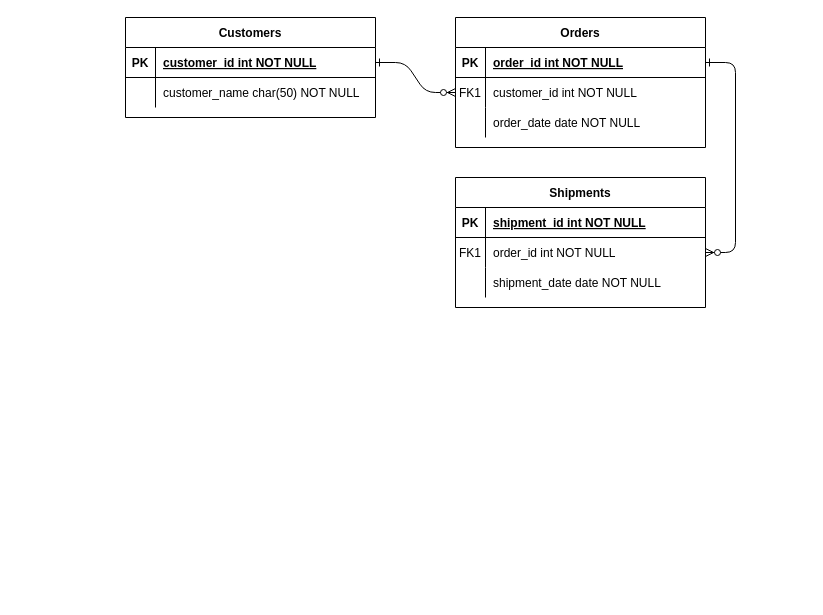
700xt/BDD_TP6 keeps this draw.io diagram as Diagramme entité.drawio. Above is the earlier version. Source tidied: cells renumbered, new cells numbered last; positions are measured from the earlier drawing's top-left corner, leaving out a move shared by most shapes. Both pictures are drawn from the tidied source at 100%, with x=0, y=0 at pixel (125, 17).
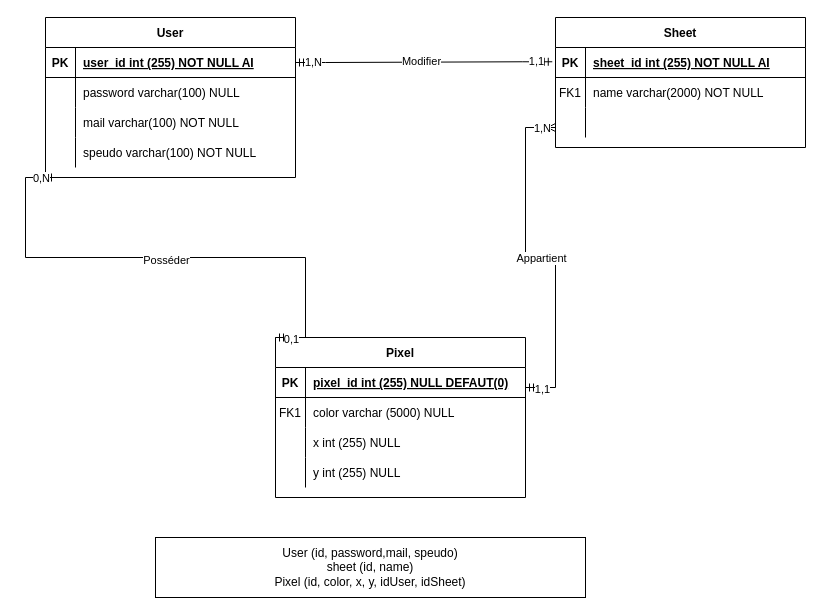
The same page after the edit.

Commit message:
Mettre à jour Diagramme entité.drawio

Unchanged cells that the change refers to:
```xml
<mxCell id="5" style="shape=partialRectangle;fillColor=none;points=[[0,0.5],[1,0.5]];portConstraint=eastwest;top=0;left=0;right=0;bottom=1;" parent="4" vertex="1">
  <mxGeometry y="30" width="250" height="30" as="geometry" />
</mxCell>
<mxCell id="8" style="shape=partialRectangle;fillColor=none;points=[[0,0.5],[1,0.5]];portConstraint=eastwest;top=0;left=0;right=0;bottom=0;" parent="4" vertex="1">
  <mxGeometry y="60" width="250" height="30" as="geometry" />
</mxCell>
<mxCell id="11" style="shape=partialRectangle;fillColor=none;top=0;left=0;right=0;bottom=0;" parent="4" vertex="1">
  <mxGeometry y="90" width="250" height="30" as="geometry" />
</mxCell>
<mxCell id="15" style="shape=partialRectangle;fillColor=none;top=0;left=0;right=0;bottom=1;" parent="14" vertex="1">
  <mxGeometry y="30" width="250" height="30" as="geometry" />
</mxCell>
<mxCell id="18" style="shape=partialRectangle;fillColor=none;points=[[0,0.5],[1,0.5]];portConstraint=eastwest;top=0;left=0;right=0;bottom=0;" parent="14" vertex="1">
  <mxGeometry y="60" width="250" height="30" as="geometry" />
</mxCell>
<mxCell id="25" style="shape=partialRectangle;fillColor=none;points=[[0,0.5],[1,0.5]];portConstraint=eastwest;top=0;left=0;right=0;bottom=1;" parent="24" vertex="1">
  <mxGeometry y="30" width="250" height="30" as="geometry" />
</mxCell>
```

What changed in the source:
```diff
@@
-    <mxCell id="2" style="edgeStyle=entityRelationEdgeStyle;endArrow=ERzeroToMany;startArrow=ERone;endFill=1;startFill=0;" parent="1" edge="1" source="25" target="8">
-      <mxGeometry relative="1" as="geometry" />
-    </mxCell>
-    <mxCell id="3" style="edgeStyle=entityRelationEdgeStyle;endArrow=ERzeroToMany;startArrow=ERone;endFill=1;startFill=0;" parent="1" edge="1" source="5" target="18">
-      <mxGeometry relative="1" as="geometry" />
-    </mxCell>
-    <mxCell id="4" value="Orders" style="shape=table;startSize=30;childLayout=tableLayout;rowLines=0;fontStyle=1;align=center;" parent="1" vertex="1">
-      <mxGeometry x="330" width="250" height="130" as="geometry" />
+    <mxCell id="4" value="Sheet" style="shape=table;startSize=30;childLayout=tableLayout;rowLines=0;fontStyle=1;align=center;" parent="1" vertex="1">
+      <mxGeometry x="430" width="250" height="130" as="geometry" />
     </mxCell>
@@
-    <mxCell id="7" value="order_id int NOT NULL " style="shape=partialRectangle;overflow=hidden;fillColor=none;top=0;left=0;bottom=0;right=0;align=left;spacingLeft=6;fontStyle=5;" parent="5" vertex="1">
+    <mxCell id="7" value="sheet_id int (255) NOT NULL AI" style="shape=partialRectangle;overflow=hidden;fillColor=none;top=0;left=0;bottom=0;right=0;align=left;spacingLeft=6;fontStyle=5;" parent="5" vertex="1">
       <mxGeometry x="30" width="220" height="30" as="geometry" />
     </mxCell>
@@
-    <mxCell id="10" value="customer_id int NOT NULL" style="shape=partialRectangle;overflow=hidden;fillColor=none;top=0;left=0;bottom=0;right=0;align=left;spacingLeft=6;" parent="8" vertex="1">
+    <mxCell id="10" value="name varchar(2000) NOT NULL" style="shape=partialRectangle;overflow=hidden;fillColor=none;top=0;left=0;bottom=0;right=0;align=left;spacingLeft=6;" parent="8" vertex="1">
       <mxGeometry x="30" width="220" height="30" as="geometry" />
     </mxCell>
@@
-    <mxCell id="13" value="order_date date NOT NULL" style="shape=partialRectangle;overflow=hidden;fillColor=none;top=0;left=0;bottom=0;right=0;align=left;spacingLeft=6;" parent="11" vertex="1">
+    <mxCell id="13" style="shape=partialRectangle;overflow=hidden;fillColor=none;top=0;left=0;bottom=0;right=0;align=left;spacingLeft=6;" parent="11" vertex="1">
       <mxGeometry x="30" width="220" height="30" as="geometry" />
     </mxCell>
-    <mxCell id="14" value="Shipments" style="shape=table;startSize=30;childLayout=tableLayout;rowLines=0;fontStyle=1;align=center;" parent="1" vertex="1">
-      <mxGeometry x="330" y="160" width="250" height="130" as="geometry" />
+    <mxCell id="14" value="Pixel" style="shape=table;startSize=30;childLayout=tableLayout;rowLines=0;fontStyle=1;align=center;" parent="1" vertex="1">
+      <mxGeometry x="150" y="320" width="250" height="160" as="geometry" />
     </mxCell>
@@
-    <mxCell id="17" value="shipment_id int NOT NULL " style="shape=partialRectangle;overflow=hidden;fillColor=none;top=0;left=0;bottom=0;right=0;align=left;spacingLeft=6;fontStyle=5;" parent="15" vertex="1">
+    <mxCell id="17" value="pixel_id int (255) NULL DEFAUT(0)" style="shape=partialRectangle;overflow=hidden;fillColor=none;top=0;left=0;bottom=0;right=0;align=left;spacingLeft=6;fontStyle=5;" parent="15" vertex="1">
       <mxGeometry x="30" width="220" height="30" as="geometry" />
     </mxCell>
@@
-    <mxCell id="20" value="order_id int NOT NULL" style="shape=partialRectangle;overflow=hidden;fillColor=none;top=0;left=0;bottom=0;right=0;align=left;spacingLeft=6;" parent="18" vertex="1">
+    <mxCell id="20" value="color varchar (5000) NULL" style="shape=partialRectangle;overflow=hidden;fillColor=none;top=0;left=0;bottom=0;right=0;align=left;spacingLeft=6;" parent="18" vertex="1">
       <mxGeometry x="30" width="220" height="30" as="geometry" />
     </mxCell>
+    <mxCell id="31" style="shape=partialRectangle;fillColor=none;top=0;left=0;right=0;bottom=0;" parent="14" vertex="1">
+      <mxGeometry y="90" width="250" height="30" as="geometry" />
+    </mxCell>
+    <mxCell id="32" style="shape=partialRectangle;overflow=hidden;fillColor=none;top=0;left=0;bottom=0;right=0;" parent="31" vertex="1">
+      <mxGeometry width="30" height="30" as="geometry" />
+    </mxCell>
+    <mxCell id="33" value="x int (255) NULL" style="shape=partialRectangle;overflow=hidden;fillColor=none;top=0;left=0;bottom=0;right=0;align=left;spacingLeft=6;" parent="31" vertex="1">
+      <mxGeometry x="30" width="220" height="30" as="geometry" />
+    </mxCell>
     <mxCell id="21" style="shape=partialRectangle;fillColor=none;top=0;left=0;right=0;bottom=0;" parent="14" vertex="1">
-      <mxGeometry y="90" width="250" height="30" as="geometry" />
+      <mxGeometry y="120" width="250" height="30" as="geometry" />
     </mxCell>
@@
-    <mxCell id="23" value="shipment_date date NOT NULL" style="shape=partialRectangle;overflow=hidden;fillColor=none;top=0;left=0;bottom=0;right=0;align=left;spacingLeft=6;" parent="21" vertex="1">
+    <mxCell id="23" value="y int (255) NULL" style="shape=partialRectangle;overflow=hidden;fillColor=none;top=0;left=0;bottom=0;right=0;align=left;spacingLeft=6;" parent="21" vertex="1">
       <mxGeometry x="30" width="220" height="30" as="geometry" />
     </mxCell>
-    <mxCell id="24" value="Customers" style="shape=table;startSize=30;childLayout=tableLayout;rowLines=0;fontStyle=1;align=center;" parent="1" vertex="1">
-      <mxGeometry width="250" height="100" as="geometry" />
+    <mxCell id="24" value="User" style="shape=table;startSize=30;childLayout=tableLayout;rowLines=0;fontStyle=1;align=center;" parent="1" vertex="1">
+      <mxGeometry x="-80" width="250" height="160" as="geometry" />
     </mxCell>
@@
-    <mxCell id="27" value="customer_id int NOT NULL " style="shape=partialRectangle;overflow=hidden;fillColor=none;top=0;left=0;bottom=0;right=0;align=left;spacingLeft=6;fontStyle=5;" parent="25" vertex="1">
+    <mxCell id="27" value="user_id int (255) NOT NULL AI" style="shape=partialRectangle;overflow=hidden;fillColor=none;top=0;left=0;bottom=0;right=0;align=left;spacingLeft=6;fontStyle=5;" parent="25" vertex="1">
       <mxGeometry x="30" width="220" height="30" as="geometry" />
     </mxCell>
+    <mxCell id="34" style="shape=partialRectangle;fillColor=none;top=0;left=0;right=0;bottom=0;" parent="24" vertex="1">
+      <mxGeometry y="60" width="250" height="30" as="geometry" />
+    </mxCell>
+    <mxCell id="35" style="shape=partialRectangle;overflow=hidden;fillColor=none;top=0;left=0;bottom=0;right=0;" parent="34" vertex="1">
+      <mxGeometry width="30" height="30" as="geometry" />
+    </mxCell>
+    <mxCell id="36" value="password varchar(100) NULL" style="shape=partialRectangle;overflow=hidden;fillColor=none;top=0;left=0;bottom=0;right=0;align=left;spacingLeft=6;" parent="34" vertex="1">
+      <mxGeometry x="30" width="220" height="30" as="geometry" />
+    </mxCell>
+    <mxCell id="37" style="shape=partialRectangle;fillColor=none;top=0;left=0;right=0;bottom=0;" parent="24" vertex="1">
+      <mxGeometry y="90" width="250" height="30" as="geometry" />
+    </mxCell>
+    <mxCell id="38" style="shape=partialRectangle;overflow=hidden;fillColor=none;top=0;left=0;bottom=0;right=0;" parent="37" vertex="1">
+      <mxGeometry width="30" height="30" as="geometry" />
+    </mxCell>
+    <mxCell id="39" value="mail varchar(100) NOT NULL" style="shape=partialRectangle;overflow=hidden;fillColor=none;top=0;left=0;bottom=0;right=0;align=left;spacingLeft=6;" parent="37" vertex="1">
+      <mxGeometry x="30" width="220" height="30" as="geometry" />
+    </mxCell>
     <mxCell id="28" style="shape=partialRectangle;fillColor=none;top=0;left=0;right=0;bottom=0;" parent="24" vertex="1">
-      <mxGeometry y="60" width="250" height="30" as="geometry" />
+      <mxGeometry y="120" width="250" height="30" as="geometry" />
     </mxCell>
@@
-    <mxCell id="30" value="customer_name char(50) NOT NULL" style="shape=partialRectangle;overflow=hidden;fillColor=none;top=0;left=0;bottom=0;right=0;align=left;spacingLeft=6;" parent="28" vertex="1">
+    <mxCell id="30" value="speudo varchar(100) NOT NULL" style="shape=partialRectangle;overflow=hidden;fillColor=none;top=0;left=0;bottom=0;right=0;align=left;spacingLeft=6;" parent="28" vertex="1">
       <mxGeometry x="30" width="220" height="30" as="geometry" />
     </mxCell>
+    <mxCell id="40" style="edgeStyle=entityRelationEdgeStyle;fontSize=12;html=1;endArrow=ERoneToMany;startArrow=ERmandOne;rounded=0;exitX=1;exitY=0.5;exitDx=0;exitDy=0;entryX=0;entryY=0.5;entryDx=0;entryDy=0;" parent="1" edge="1">
+      <mxGeometry relative="1" as="geometry">
+        <mxPoint x="400" y="370" as="sourcePoint" />
+        <mxPoint x="430" y="110" as="targetPoint" />
+      </mxGeometry>
+    </mxCell>
+    <mxCell id="41" value="Appartient" style="edgeLabel;html=1;align=center;verticalAlign=middle;" parent="40" vertex="1">
+      <mxGeometry relative="1" as="geometry" />
+    </mxCell>
+    <mxCell id="42" value="1,1" style="edgeLabel;html=1;align=center;verticalAlign=middle;" parent="40" vertex="1">
+      <mxGeometry x="-0.91" y="-1" relative="1" as="geometry" />
+    </mxCell>
+    <mxCell id="43" value="1,N" style="edgeLabel;html=1;align=center;verticalAlign=middle;" parent="40" vertex="1">
+      <mxGeometry x="0.92" relative="1" as="geometry" />
+    </mxCell>
+    <mxCell id="44" style="edgeStyle=entityRelationEdgeStyle;fontSize=12;html=1;endArrow=ERmandOne;startArrow=ERmandOne;rounded=0;exitX=0;exitY=0;exitDx=0;exitDy=0;" parent="1" edge="1" source="14">
+      <mxGeometry relative="1" as="geometry">
+        <mxPoint x="-70" y="160" as="targetPoint" />
+        <Array as="points">
+          <mxPoint x="120" y="320" />
+        </Array>
+      </mxGeometry>
+    </mxCell>
+    <mxCell id="45" value="0,N" style="edgeLabel;html=1;align=center;verticalAlign=middle;" parent="44" vertex="1">
+      <mxGeometry x="0.94" relative="1" as="geometry" />
+    </mxCell>
+    <mxCell id="46" value="Posséder" style="edgeLabel;html=1;align=center;verticalAlign=middle;" parent="44" vertex="1">
+      <mxGeometry y="2" relative="1" as="geometry" />
+    </mxCell>
+    <mxCell id="47" value="0,1" style="edgeLabel;html=1;align=center;verticalAlign=middle;" parent="44" vertex="1">
+      <mxGeometry x="-0.94" y="-1" relative="1" as="geometry" />
+    </mxCell>
+    <mxCell id="48" style="edgeStyle=entityRelationEdgeStyle;fontSize=12;html=1;endArrow=ERmandOne;startArrow=ERmandOne;rounded=0;exitX=1;exitY=0.5;exitDx=0;exitDy=0;entryX=-0.013;entryY=0.476;entryDx=0;entryDy=0;entryPerimeter=0;" parent="1" edge="1" source="25" target="5">
+      <mxGeometry relative="1" as="geometry" />
+    </mxCell>
+    <mxCell id="49" value="Modifier" style="edgeLabel;html=1;align=center;verticalAlign=middle;" parent="48" vertex="1">
+      <mxGeometry x="-0.02" y="1" relative="1" as="geometry" />
+    </mxCell>
+    <mxCell id="50" value="1,N" style="edgeLabel;html=1;align=center;verticalAlign=middle;" parent="48" vertex="1">
+      <mxGeometry x="-0.87" y="1" relative="1" as="geometry" />
+    </mxCell>
+    <mxCell id="51" value="1,1" style="edgeLabel;html=1;align=center;verticalAlign=middle;" parent="48" vertex="1">
+      <mxGeometry x="0.88" y="1" relative="1" as="geometry" />
+    </mxCell>
+    <mxCell id="52" value="User (id, password,mail, speudo)&lt;div&gt;sheet (id, name)&lt;/div&gt;&lt;div&gt;Pixel (id, color, x, y, idUser, idSheet)&lt;/div&gt;" style="rounded=0;whiteSpace=wrap;html=1;" parent="1" vertex="1">
+      <mxGeometry x="30" y="520" width="430" height="60" as="geometry" />
+    </mxCell>
```
